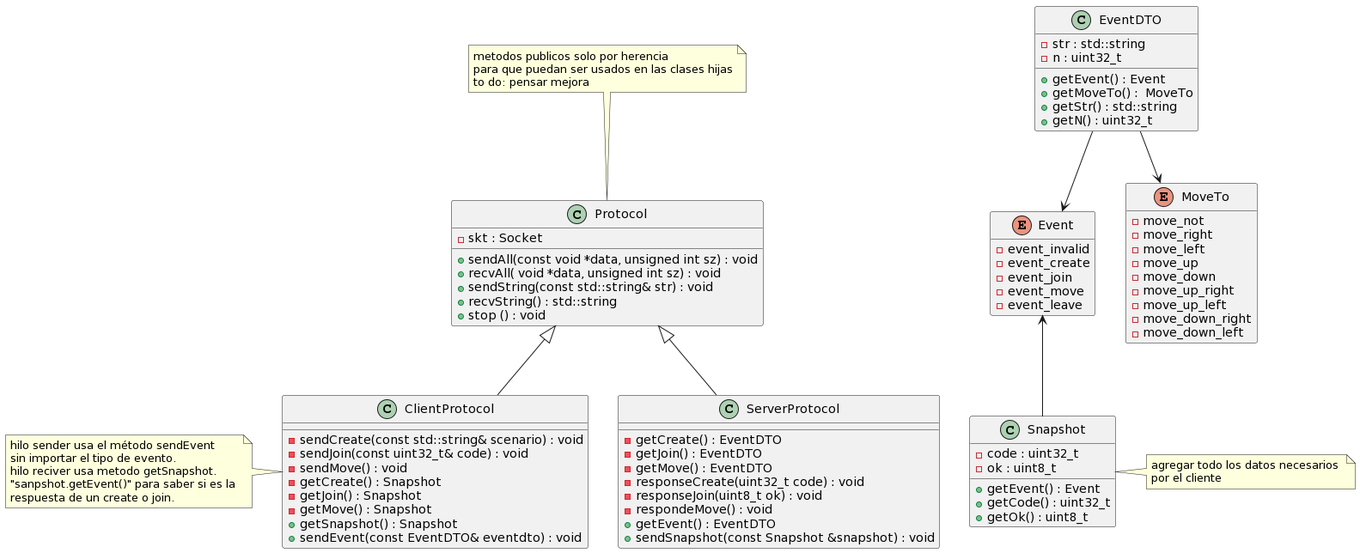
Earlier version of the PlantUML export Diagrams/protocolv1.png (mdavic0/7542_Taller_TP_Final). Its diagram source:
```plantuml
@startuml
class Protocol {
- skt : Socket
+ sendAll(const void *data, unsigned int sz) : void
+ recvAll( void *data, unsigned int sz) : void
+ sendString(const std::string& str) : void
+ recvString() : std::string
+ stop () : void
}

note top of Protocol
metodos publicos solo por herencia
para que puedan ser usados en las clases hijas
to do: pensar mejora
end note

class ClientProtocol{
- sendCreate(const std::string& scenario) : void
- sendJoin(const uint32_t& code) : void
- sendMove() : void
- getCreate() : Snapshot
- getJoin() : Snapshot
- getMove() : Snapshot
+ getSnapshot() : Snapshot
+ sendEvent(const EventDTO& eventdto) : void
}

note left of ClientProtocol
hilo sender usa el método sendEvent
sin importar el tipo de evento.
hilo reciver usa metodo getSnapshot.
"sanpshot.getEvent()" para saber si es la
respuesta de un create o join.
end note

class ServerProtocol {
- getCreate() : EventDTO
- getJoin() : EventDTO
- getMove() : EventDTO
- responseCreate(uint32_t code) : void
- responseJoin(uint8_t ok) : void
- respondeMove() : void
+ getEvent() : EventDTO
+ sendSnapshot(const Snapshot &snapshot) : void
}

Protocol <|-- ServerProtocol
Protocol <|-- ClientProtocol

class EventDTO {
- str : std::string
- n : uint32_t
+ getEvent() : Event
+ getMoveTo() :  MoveTo
+ getStr() : std::string
+ getN() : uint32_t
}


class Snapshot {
- code : uint32_t
- ok : uint8_t
+ getEvent() : Event
+ getCode() : uint32_t
+ getOk() : uint8_t
}

note right of Snapshot
agregar todo los datos necesarios
por el cliente
end note

enum Event {
- event_invalid
- event_create
- event_join
- event_move
- event_leave
}

hide Event methods

enum MoveTo {
- move_not
- move_right
- move_left
- move_up
- move_down
- move_up_right
- move_up_left
- move_down_right
- move_down_left
}

hide MoveTo methods

EventDTO --> Event
EventDTO --> MoveTo

Event <-- Snapshot
@enduml
```
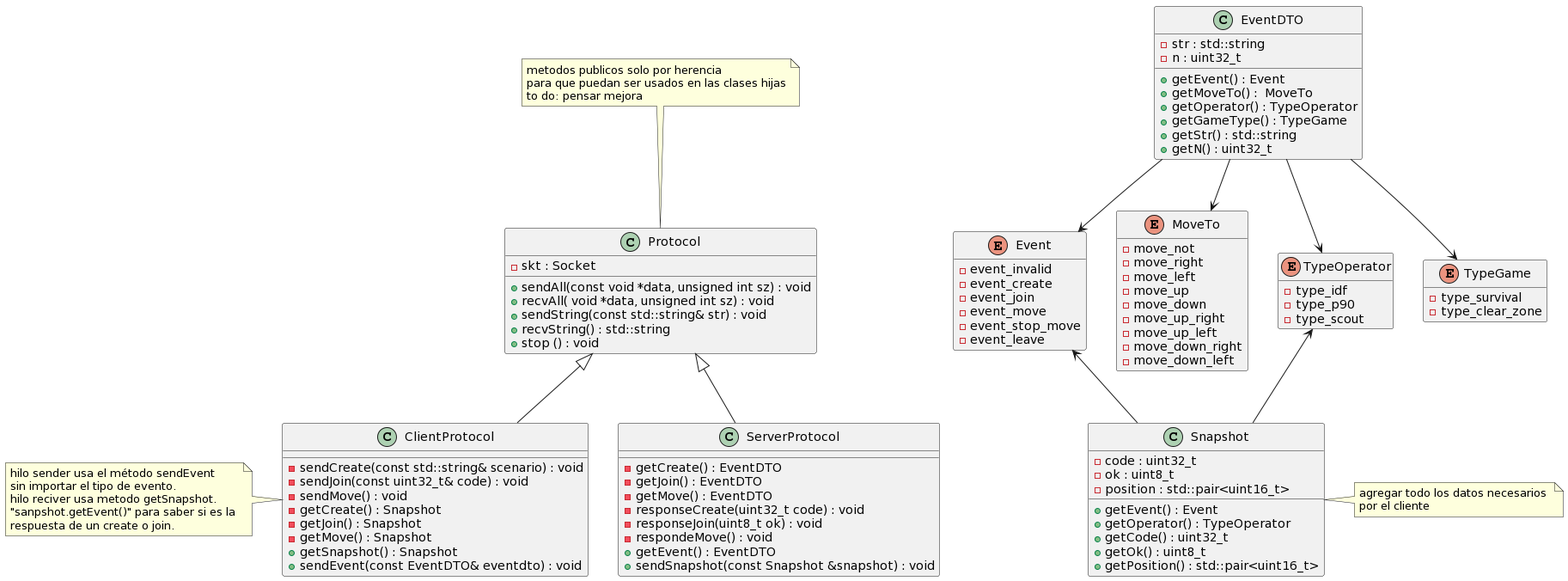
Above is the later version.

The edit, as a diff of the source:
```diff
@@ -52,6 +52,8 @@
 - n : uint32_t
 + getEvent() : Event
 + getMoveTo() :  MoveTo
++ getOperator() : TypeOperator
++ getGameType() : TypeGame
 + getStr() : std::string
 + getN() : uint32_t
 }
@@ -60,9 +62,12 @@
 class Snapshot {
 - code : uint32_t
 - ok : uint8_t
+- position : std::pair<uint16_t>
 + getEvent() : Event
++ getOperator() : TypeOperator
 + getCode() : uint32_t
 + getOk() : uint8_t
++ getPosition() : std::pair<uint16_t>
 }
 
 note right of Snapshot
@@ -75,6 +80,7 @@
 - event_create
 - event_join
 - event_move
+- event_stop_move
 - event_leave
 }
 
@@ -94,8 +100,27 @@
 
 hide MoveTo methods
 
+enum TypeOperator {
+ - type_idf
+ - type_p90
+ - type_scout
+}
+
+hide TypeOperator methods
+
+
+enum TypeGame {
+ - type_survival
+ - type_clear_zone
+}
+
+hide TypeGame methods
+
 EventDTO --> Event
 EventDTO --> MoveTo
+EventDTO --> TypeOperator
+EventDTO --> TypeGame
 
 Event <-- Snapshot
+TypeOperator <-- Snapshot
 @enduml
```
